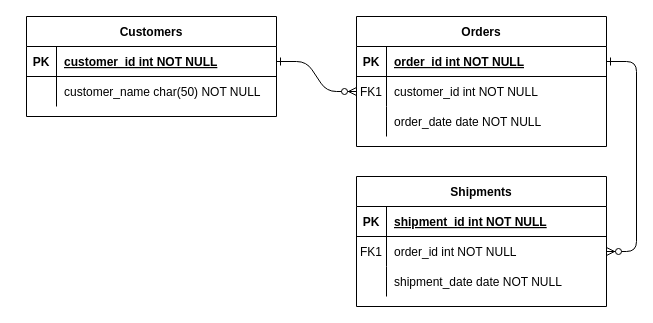
arindakhill/7.-DBMS-by-Mrudula-Mukadam keeps this draw.io diagram as dbms project part 1.drawio. Above is the earlier version. Source tidied: cells renumbered, new cells numbered last; positions are measured from the earlier drawing's top-left corner, leaving out a move shared by most shapes. Both pictures are drawn from the tidied source at 100%, with x=0, y=0 at pixel (26, 16).
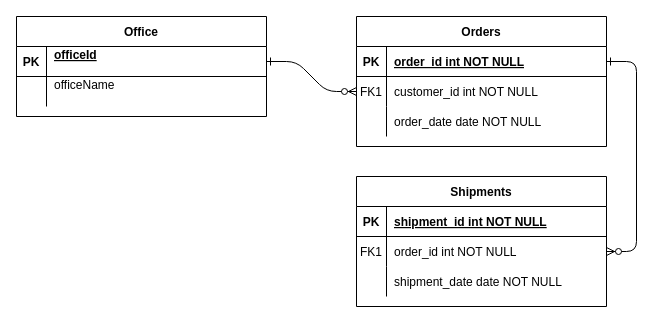
Above is the later version.

The change refers to these unchanged cells:
```xml
<mxCell id="25" style="shape=partialRectangle;fillColor=none;points=[[0,0.5],[1,0.5]];portConstraint=eastwest;top=0;left=0;right=0;bottom=1;" parent="24" vertex="1">
  <mxGeometry y="30" width="250" height="30" as="geometry" />
</mxCell>
<mxCell id="28" style="shape=partialRectangle;fillColor=none;top=0;left=0;right=0;bottom=0;" parent="24" vertex="1">
  <mxGeometry y="60" width="250" height="30" as="geometry" />
</mxCell>
```

The edit, as a diff of the source:
```diff
@@
-    <mxCell id="24" value="Customers" style="shape=table;startSize=30;childLayout=tableLayout;rowLines=0;fontStyle=1;align=center;" parent="1" vertex="1">
-      <mxGeometry width="250" height="100" as="geometry" />
+    <mxCell id="24" value="Office" style="shape=table;startSize=30;childLayout=tableLayout;rowLines=0;fontStyle=1;align=center;" parent="1" vertex="1">
+      <mxGeometry x="-10" width="250" height="100" as="geometry" />
     </mxCell>
@@
-    <mxCell id="27" value="customer_id int NOT NULL " style="shape=partialRectangle;overflow=hidden;fillColor=none;top=0;left=0;bottom=0;right=0;align=left;spacingLeft=6;fontStyle=5;" parent="25" vertex="1">
+    <mxCell id="27" value="officeId&#10;" style="shape=partialRectangle;overflow=hidden;fillColor=none;top=0;left=0;bottom=0;right=0;align=left;spacingLeft=6;fontStyle=5;" parent="25" vertex="1">
       <mxGeometry x="30" width="220" height="30" as="geometry" />
     </mxCell>
@@
-    <mxCell id="30" value="customer_name char(50) NOT NULL" style="shape=partialRectangle;overflow=hidden;fillColor=none;top=0;left=0;bottom=0;right=0;align=left;spacingLeft=6;" parent="28" vertex="1">
+    <mxCell id="30" value="officeName&#10;" style="shape=partialRectangle;overflow=hidden;fillColor=none;top=0;left=0;bottom=0;right=0;align=left;spacingLeft=6;" parent="28" vertex="1">
       <mxGeometry x="30" width="220" height="30" as="geometry" />
     </mxCell>
```
